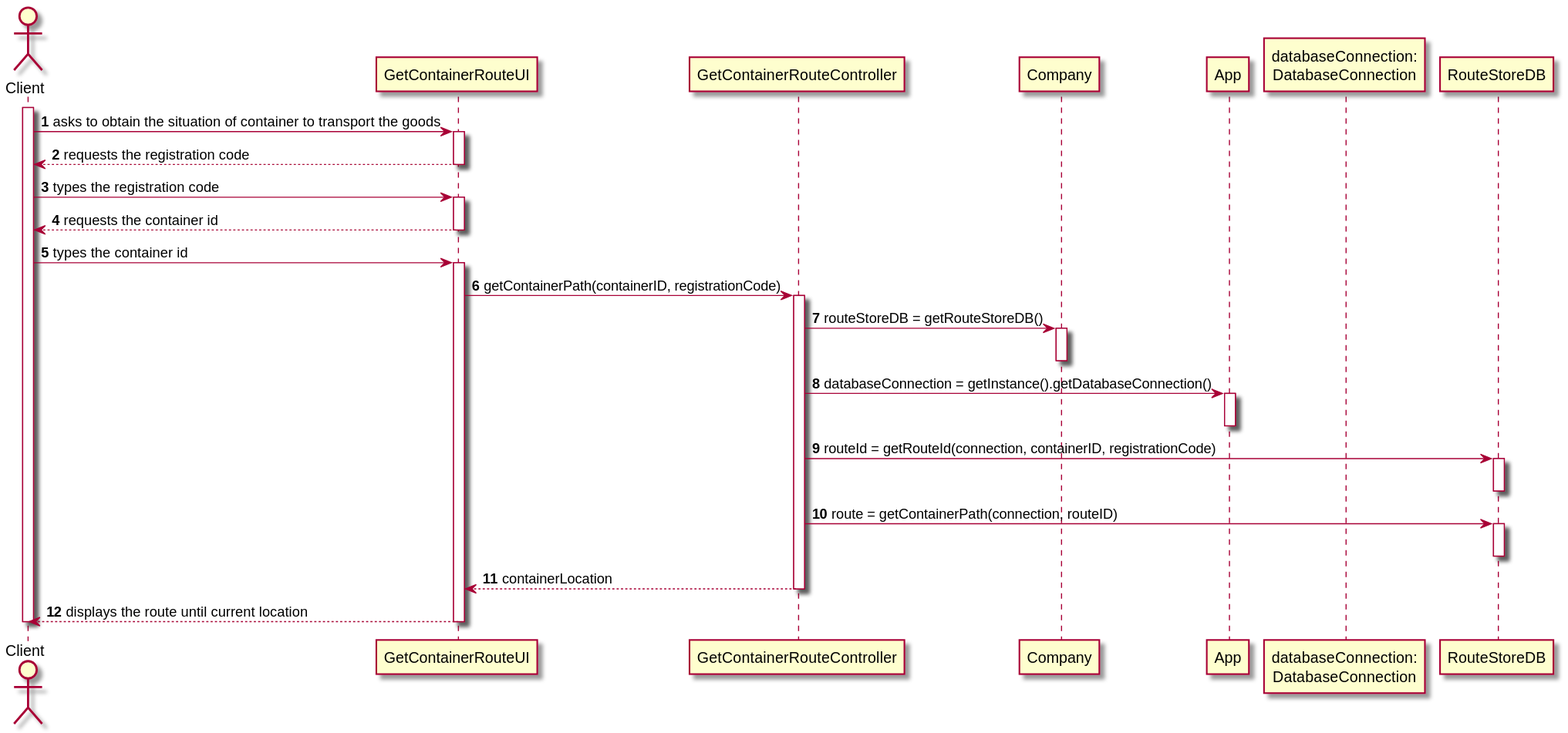
Above: docs/Sprint 3/US305/US305_SD.svg in ana-albergaria/LAPR3-ISEP (PlantUML), before the change.
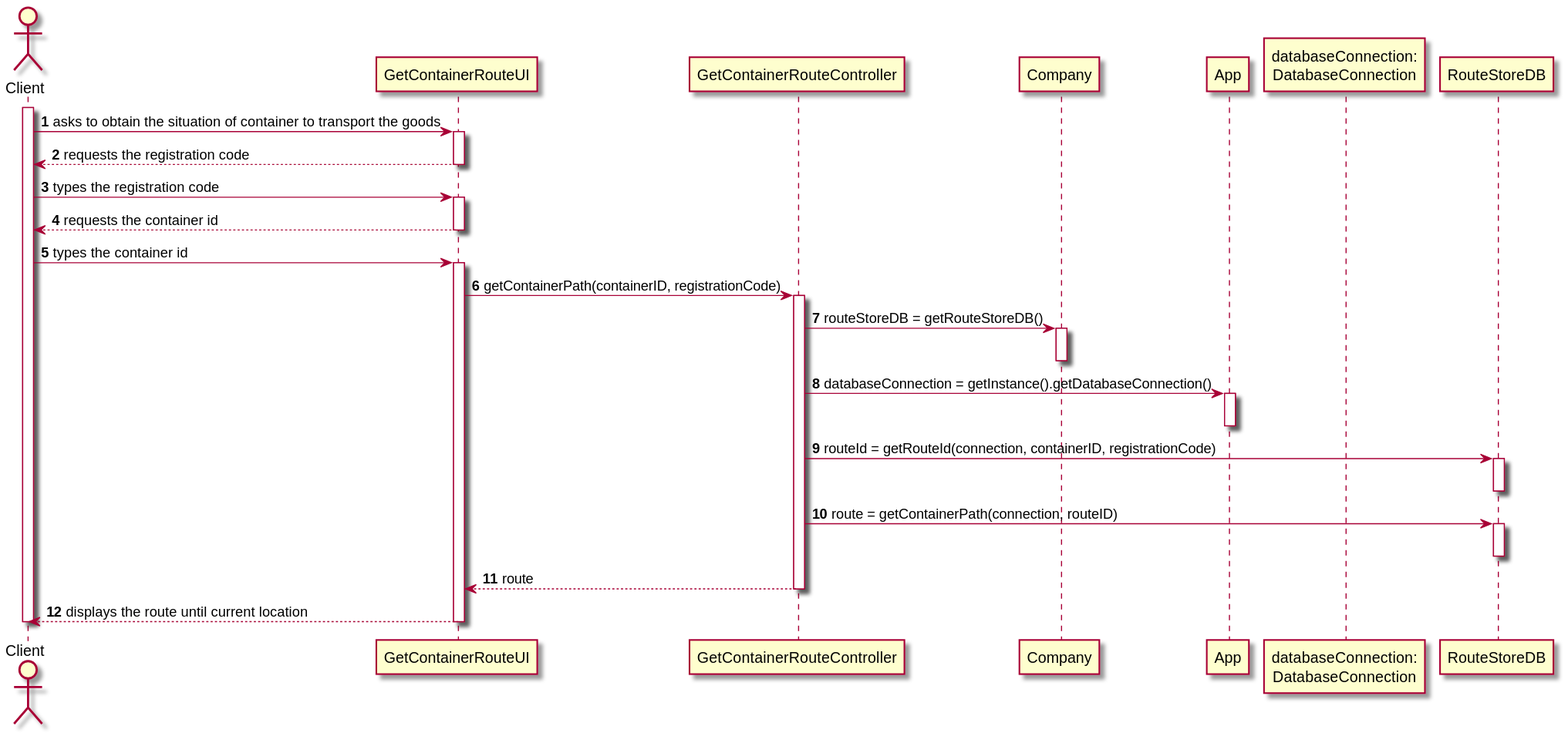
The same diagram one commit later.

Diff of the diagram source:
```diff
@@ -38,7 +38,7 @@
 CTRL -> ROUTE_STORE_DB : route = getContainerPath(connection, routeID)
 activate ROUTE_STORE_DB
 deactivate ROUTE_STORE_DB
-CTRL --> UI : containerLocation
+CTRL --> UI : route
 deactivate CTRL
 UI --> C : displays the route until current location
 deactivate UI
```
